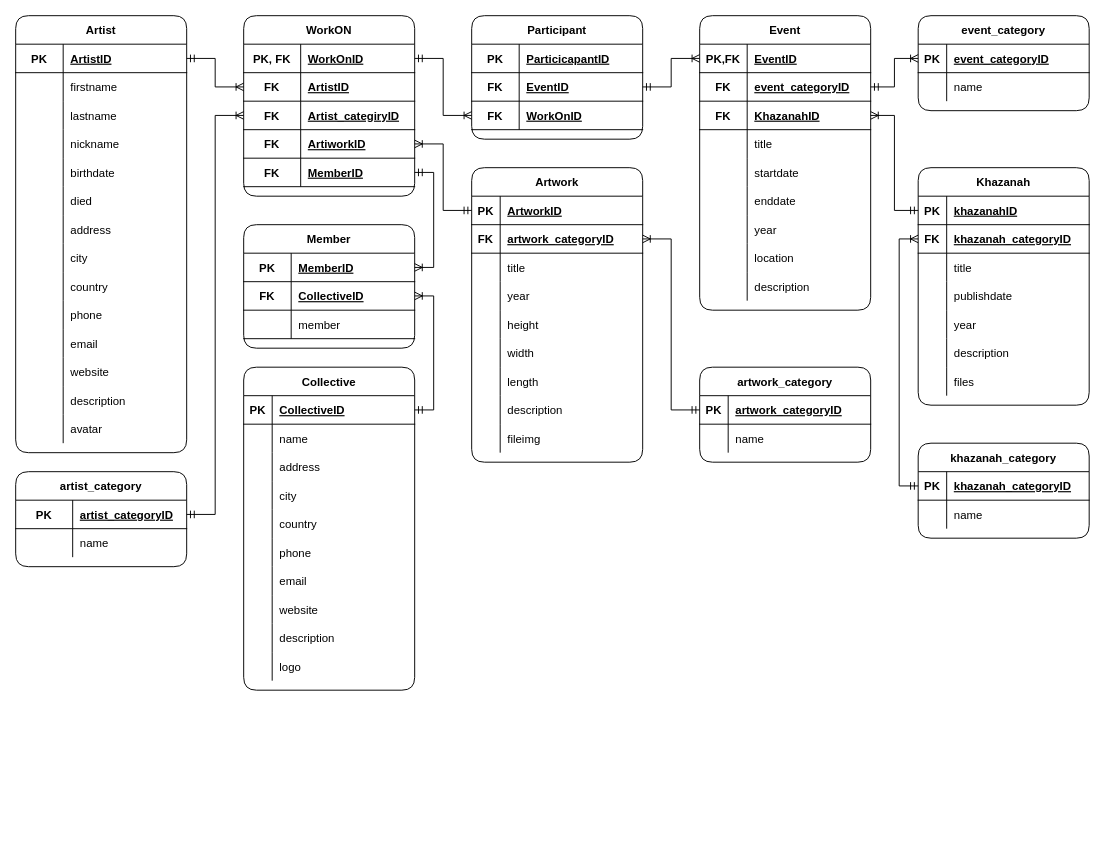
Before: page "Page-2" (2 of 2) of documents/backend/database/arsipdb.drawio in ancientfutures/gitbook, a draw.io diagram. Source tidied: cells renumbered, new cells numbered last; positions are measured from the earlier drawing's top-left corner, leaving out a move shared by most shapes. Both pictures are drawn from the tidied source at 95%, with x=0, y=0 at pixel (15, 15).
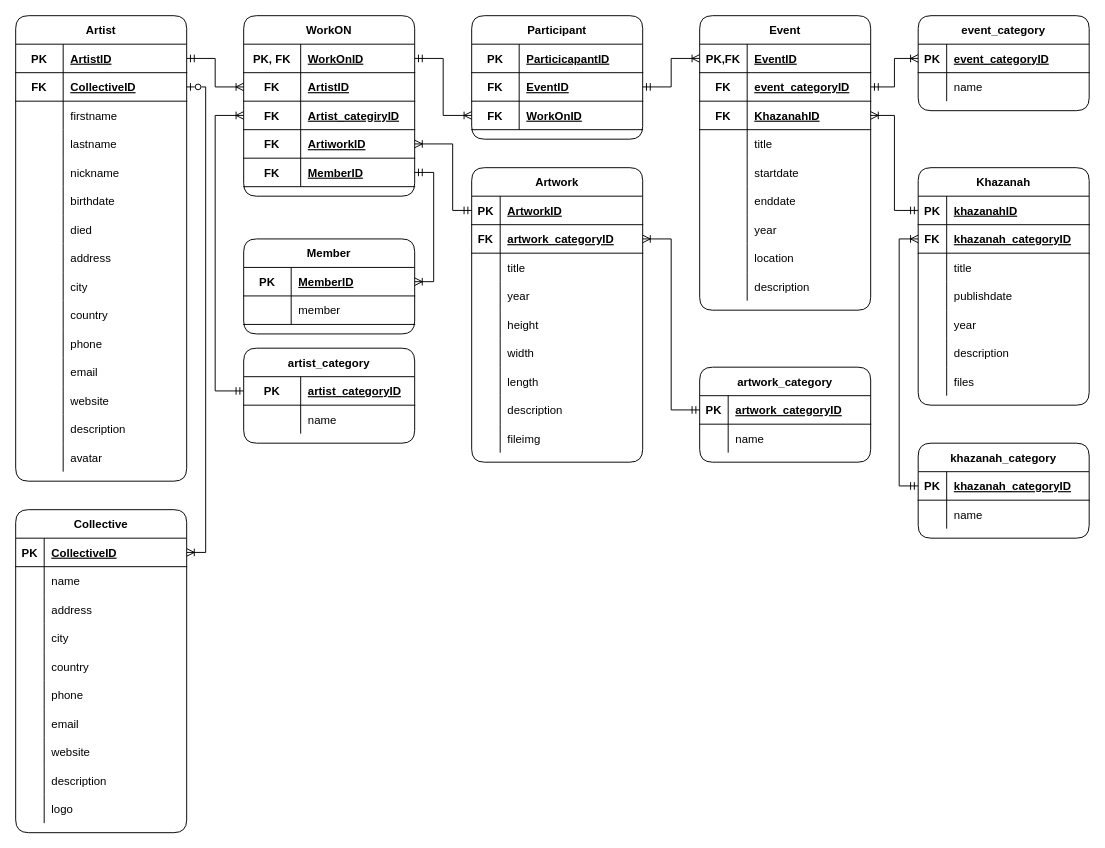
Above is the later version.

Unchanged cells that the change refers to:
```xml
<mxCell id="46" style="shape=tableRow;horizontal=0;startSize=0;swimlaneHead=0;swimlaneBody=0;fillColor=none;points=[[0,0.5],[1,0.5]];portConstraint=eastwest;top=0;left=0;right=0;bottom=1;" parent="45" vertex="1">
  <mxGeometry y="30" width="180" height="30" as="geometry" />
</mxCell>
<mxCell id="77" style="shape=tableRow;horizontal=0;startSize=0;swimlaneHead=0;swimlaneBody=0;fillColor=none;points=[[0,0.5],[1,0.5]];portConstraint=eastwest;top=0;left=0;right=0;bottom=1;" parent="76" vertex="1">
  <mxGeometry y="30" width="180" height="30" as="geometry" />
</mxCell>
<mxCell id="105" style="shape=tableRow;horizontal=0;startSize=0;swimlaneHead=0;swimlaneBody=0;fillColor=none;points=[[0,0.5],[1,0.5]];portConstraint=eastwest;top=0;left=0;right=0;bottom=1;" parent="104" vertex="1">
  <mxGeometry y="30" width="180" height="30" as="geometry" />
</mxCell>
<mxCell id="136" style="shape=tableRow;horizontal=0;startSize=0;swimlaneHead=0;swimlaneBody=0;fillColor=none;points=[[0,0.5],[1,0.5]];portConstraint=eastwest;top=0;left=0;right=0;bottom=1;" parent="132" vertex="1">
  <mxGeometry y="60" width="180" height="30" as="geometry" />
</mxCell>
<mxCell id="179" style="shape=tableRow;horizontal=0;startSize=0;swimlaneHead=0;swimlaneBody=0;fillColor=none;points=[[0,0.5],[1,0.5]];portConstraint=eastwest;top=0;left=0;right=0;bottom=1;" parent="178" vertex="1">
  <mxGeometry y="30" width="180" height="30" as="geometry" />
</mxCell>
<mxCell id="199" style="shape=tableRow;horizontal=0;startSize=0;swimlaneHead=0;swimlaneBody=0;fillColor=none;points=[[0,0.5],[1,0.5]];portConstraint=eastwest;top=0;left=0;right=0;bottom=1;" parent="192" vertex="1">
  <mxGeometry y="90" width="180" height="30" as="geometry" />
</mxCell>
<mxCell id="202" style="shape=tableRow;horizontal=0;startSize=0;swimlaneHead=0;swimlaneBody=0;fillColor=none;points=[[0,0.5],[1,0.5]];portConstraint=eastwest;top=0;left=0;right=0;bottom=1;" parent="192" vertex="1">
  <mxGeometry y="120" width="180" height="30" as="geometry" />
</mxCell>
```

What changed in the source:
```diff
@@
     <mxCell id="2" value="Artist" style="shape=table;startSize=30;childLayout=tableLayout;rowLines=0;fontStyle=1;align=center;rounded=1;" parent="1" vertex="1">
-      <mxGeometry width="180" height="460" as="geometry" />
+      <mxGeometry width="180" height="490" as="geometry" />
     </mxCell>
@@
+    <mxCell id="212" style="shape=tableRow;horizontal=0;startSize=0;swimlaneHead=0;swimlaneBody=0;fillColor=none;points=[[0,0.5],[1,0.5]];portConstraint=eastwest;top=0;left=0;right=0;bottom=1;" parent="2" vertex="1">
+      <mxGeometry y="60" width="180" height="30" as="geometry" />
+    </mxCell>
+    <mxCell id="213" value="FK" style="shape=partialRectangle;fillColor=none;top=0;left=0;bottom=0;right=0;fontStyle=1;overflow=hidden;" parent="212" vertex="1">
+      <mxGeometry width="50" height="30" as="geometry" />
+    </mxCell>
+    <mxCell id="214" value="CollectiveID" style="shape=partialRectangle;fillColor=none;top=0;left=0;bottom=0;right=0;align=left;spacingLeft=6;fontStyle=5;overflow=hidden;" parent="212" vertex="1">
+      <mxGeometry x="50" width="130" height="30" as="geometry" />
+    </mxCell>
     <mxCell id="6" style="shape=tableRow;horizontal=0;startSize=0;swimlaneHead=0;swimlaneBody=0;fillColor=none;top=0;left=0;right=0;bottom=0;" parent="2" vertex="1">
-      <mxGeometry y="60" width="180" height="30" as="geometry" />
+      <mxGeometry y="90" width="180" height="30" as="geometry" />
     </mxCell>
@@
     <mxCell id="9" style="shape=tableRow;horizontal=0;startSize=0;swimlaneHead=0;swimlaneBody=0;fillColor=none;top=0;left=0;right=0;bottom=0;" parent="2" vertex="1">
-      <mxGeometry y="90" width="180" height="30" as="geometry" />
+      <mxGeometry y="120" width="180" height="30" as="geometry" />
     </mxCell>
@@
     <mxCell id="12" style="shape=tableRow;horizontal=0;startSize=0;swimlaneHead=0;swimlaneBody=0;fillColor=none;top=0;left=0;right=0;bottom=0;" parent="2" vertex="1">
-      <mxGeometry y="120" width="180" height="30" as="geometry" />
+      <mxGeometry y="150" width="180" height="30" as="geometry" />
     </mxCell>
@@
     <mxCell id="15" style="shape=tableRow;horizontal=0;startSize=0;swimlaneHead=0;swimlaneBody=0;fillColor=none;top=0;left=0;right=0;bottom=0;" parent="2" vertex="1">
-      <mxGeometry y="150" width="180" height="30" as="geometry" />
+      <mxGeometry y="180" width="180" height="30" as="geometry" />
     </mxCell>
@@
     <mxCell id="18" style="shape=tableRow;horizontal=0;startSize=0;swimlaneHead=0;swimlaneBody=0;fillColor=none;top=0;left=0;right=0;bottom=0;" parent="2" vertex="1">
-      <mxGeometry y="180" width="180" height="30" as="geometry" />
+      <mxGeometry y="210" width="180" height="30" as="geometry" />
     </mxCell>
@@
     <mxCell id="21" style="shape=tableRow;horizontal=0;startSize=0;swimlaneHead=0;swimlaneBody=0;fillColor=none;top=0;left=0;right=0;bottom=0;" parent="2" vertex="1">
-      <mxGeometry y="210" width="180" height="30" as="geometry" />
+      <mxGeometry y="240" width="180" height="30" as="geometry" />
     </mxCell>
@@
     <mxCell id="24" style="shape=tableRow;horizontal=0;startSize=0;swimlaneHead=0;swimlaneBody=0;fillColor=none;top=0;left=0;right=0;bottom=0;" parent="2" vertex="1">
-      <mxGeometry y="240" width="180" height="30" as="geometry" />
+      <mxGeometry y="270" width="180" height="30" as="geometry" />
     </mxCell>
@@
     <mxCell id="27" style="shape=tableRow;horizontal=0;startSize=0;swimlaneHead=0;swimlaneBody=0;fillColor=none;top=0;left=0;right=0;bottom=0;" parent="2" vertex="1">
-      <mxGeometry y="270" width="180" height="30" as="geometry" />
+      <mxGeometry y="300" width="180" height="30" as="geometry" />
     </mxCell>
@@
     <mxCell id="30" style="shape=tableRow;horizontal=0;startSize=0;swimlaneHead=0;swimlaneBody=0;fillColor=none;top=0;left=0;right=0;bottom=0;" parent="2" vertex="1">
-      <mxGeometry y="300" width="180" height="30" as="geometry" />
+      <mxGeometry y="330" width="180" height="30" as="geometry" />
     </mxCell>
@@
     <mxCell id="33" style="shape=tableRow;horizontal=0;startSize=0;swimlaneHead=0;swimlaneBody=0;fillColor=none;top=0;left=0;right=0;bottom=0;" parent="2" vertex="1">
-      <mxGeometry y="330" width="180" height="30" as="geometry" />
+      <mxGeometry y="360" width="180" height="30" as="geometry" />
     </mxCell>
@@
     <mxCell id="36" style="shape=tableRow;horizontal=0;startSize=0;swimlaneHead=0;swimlaneBody=0;fillColor=none;top=0;left=0;right=0;bottom=0;" parent="2" vertex="1">
-      <mxGeometry y="360" width="180" height="30" as="geometry" />
+      <mxGeometry y="390" width="180" height="30" as="geometry" />
     </mxCell>
@@
     <mxCell id="39" style="shape=tableRow;horizontal=0;startSize=0;swimlaneHead=0;swimlaneBody=0;fillColor=none;top=0;left=0;right=0;bottom=0;" parent="2" vertex="1">
-      <mxGeometry y="390" width="180" height="30" as="geometry" />
+      <mxGeometry y="420" width="180" height="30" as="geometry" />
     </mxCell>
@@
     <mxCell id="42" style="shape=tableRow;horizontal=0;startSize=0;swimlaneHead=0;swimlaneBody=0;fillColor=none;top=0;left=0;right=0;bottom=0;" parent="2" vertex="1">
-      <mxGeometry y="420" width="180" height="30" as="geometry" />
+      <mxGeometry y="450" width="180" height="30" as="geometry" />
     </mxCell>
@@
     <mxCell id="45" value="Collective" style="shape=table;startSize=30;childLayout=tableLayout;rowLines=0;fontStyle=1;align=center;swimlaneLine=1;rounded=1;" parent="1" vertex="1">
-      <mxGeometry x="240" y="370" width="180" height="340" as="geometry" />
+      <mxGeometry y="520" width="180" height="340" as="geometry" />
     </mxCell>
@@
     <mxCell id="178" value="artist_category" style="shape=table;startSize=30;childLayout=tableLayout;rowLines=0;fontStyle=1;align=center;rounded=1;swimlaneLine=1;sketch=0;" parent="1" vertex="1">
-      <mxGeometry y="480" width="180" height="100" as="geometry" />
+      <mxGeometry x="240" y="350" width="180" height="100" as="geometry" />
     </mxCell>
@@
     <mxCell id="208" value="Member" style="shape=table;startSize=30;childLayout=tableLayout;rowLines=0;fontStyle=1;align=center;rounded=1;swimlaneLine=1;sketch=0;" parent="1" vertex="1">
-      <mxGeometry x="240" y="220" width="180" height="130" as="geometry" />
+      <mxGeometry x="240" y="235" width="180" height="100" as="geometry" />
     </mxCell>
@@
-    <mxCell id="212" style="shape=tableRow;horizontal=0;startSize=0;swimlaneHead=0;swimlaneBody=0;fillColor=none;points=[[0,0.5],[1,0.5]];portConstraint=eastwest;top=0;left=0;right=0;bottom=1;" parent="208" vertex="1">
-      <mxGeometry y="60" width="180" height="30" as="geometry" />
-    </mxCell>
-    <mxCell id="213" value="FK" style="shape=partialRectangle;fillColor=none;top=0;left=0;bottom=0;right=0;fontStyle=1;overflow=hidden;" parent="212" vertex="1">
-      <mxGeometry width="50" height="30" as="geometry" />
-    </mxCell>
-    <mxCell id="214" value="CollectiveID" style="shape=partialRectangle;fillColor=none;top=0;left=0;bottom=0;right=0;align=left;spacingLeft=6;fontStyle=5;overflow=hidden;" parent="212" vertex="1">
-      <mxGeometry x="50" width="130" height="30" as="geometry" />
-    </mxCell>
     <mxCell id="215" style="shape=tableRow;horizontal=0;startSize=0;swimlaneHead=0;swimlaneBody=0;fillColor=none;top=0;left=0;right=0;bottom=1;" parent="208" vertex="1">
-      <mxGeometry y="90" width="180" height="30" as="geometry" />
+      <mxGeometry y="60" width="180" height="30" as="geometry" />
     </mxCell>
@@
-    <mxCell id="221" style="edgeStyle=orthogonalEdgeStyle;rounded=0;jettySize=auto;html=1;exitX=1;exitY=0.5;exitDx=0;exitDy=0;entryX=1;entryY=0.5;entryDx=0;entryDy=0;startArrow=ERmandOne;startFill=0;endArrow=ERoneToMany;endFill=0;" parent="1" edge="1" source="46" target="212">
-      <mxGeometry relative="1" as="geometry" />
-    </mxCell>
@@
     <mxCell id="226" style="edgeStyle=orthogonalEdgeStyle;rounded=0;jettySize=auto;html=1;exitX=0;exitY=0.5;exitDx=0;exitDy=0;entryX=1;entryY=0.5;entryDx=0;entryDy=0;startArrow=ERmandOne;startFill=0;endArrow=ERoneToMany;endFill=0;" parent="1" edge="1" source="77" target="202">
-      <mxGeometry relative="1" as="geometry" />
+      <mxGeometry relative="1" as="geometry">
+        <Array as="points">
+          <mxPoint x="460" y="205" />
+          <mxPoint x="460" y="135" />
+        </Array>
+      </mxGeometry>
     </mxCell>
+    <mxCell id="228" style="edgeStyle=orthogonalEdgeStyle;rounded=0;jettySize=auto;html=1;exitX=1;exitY=0.5;exitDx=0;exitDy=0;entryX=0;entryY=0.5;entryDx=0;entryDy=0;startArrow=ERmandOne;startFill=0;endArrow=ERoneToMany;endFill=0;" parent="1" edge="1" source="136" target="105">
+      <mxGeometry relative="1" as="geometry" />
+    </mxCell>
+    <mxCell id="221" style="edgeStyle=orthogonalEdgeStyle;rounded=0;jettySize=auto;html=1;exitX=1;exitY=0.5;exitDx=0;exitDy=0;entryX=1;entryY=0.5;entryDx=0;entryDy=0;startArrow=ERoneToMany;startFill=0;endArrow=ERzeroToOne;endFill=0;" parent="1" edge="1" source="46" target="212">
+      <mxGeometry relative="1" as="geometry" />
+    </mxCell>
-    <mxCell id="227" style="edgeStyle=orthogonalEdgeStyle;rounded=0;jettySize=auto;html=1;exitX=1;exitY=0.5;exitDx=0;exitDy=0;entryX=0;entryY=0.5;entryDx=0;entryDy=0;startArrow=ERmandOne;startFill=0;endArrow=ERoneToMany;endFill=0;" parent="1" edge="1" source="179" target="199">
-      <mxGeometry relative="1" as="geometry" />
+    <mxCell id="227" style="edgeStyle=orthogonalEdgeStyle;rounded=0;jettySize=auto;html=1;exitX=0;exitY=0.5;exitDx=0;exitDy=0;entryX=0;entryY=0.5;entryDx=0;entryDy=0;startArrow=ERmandOne;startFill=0;endArrow=ERoneToMany;endFill=0;" parent="1" edge="1" source="179" target="199">
+      <mxGeometry relative="1" as="geometry">
+        <Array as="points">
+          <mxPoint x="210" y="395" />
+          <mxPoint x="210" y="105" />
+        </Array>
+      </mxGeometry>
     </mxCell>
-    <mxCell id="228" style="edgeStyle=orthogonalEdgeStyle;rounded=0;jettySize=auto;html=1;exitX=1;exitY=0.5;exitDx=0;exitDy=0;entryX=0;entryY=0.5;entryDx=0;entryDy=0;startArrow=ERmandOne;startFill=0;endArrow=ERoneToMany;endFill=0;" parent="1" edge="1" source="136" target="105">
-      <mxGeometry relative="1" as="geometry" />
-    </mxCell>
```
